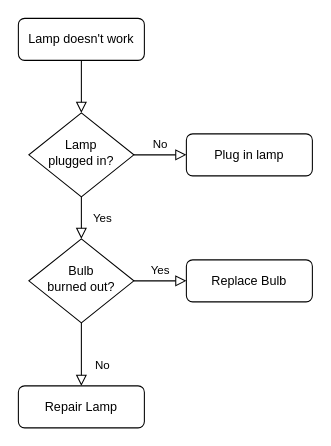
The draw.io diagram zxfuml/测试.drawio in ckjah/ZXFUML, before the edit. Source tidied: cells renumbered, new cells numbered last; positions are measured from the earlier drawing's top-left corner, leaving out a move shared by most shapes. Both pictures are drawn from the tidied source at 105%, with x=0, y=0 at pixel (18, 18).
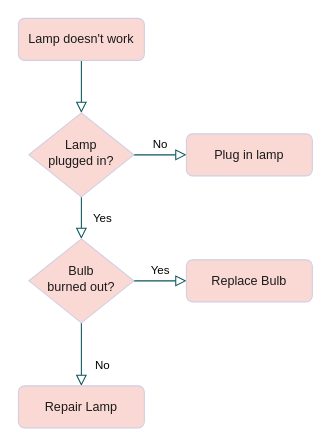
The same diagram, later.

Change to the diagram source:
```diff
@@
 <mxGraphModel>
   <root>
     <mxCell id="0" />
     <mxCell id="1" parent="0" />
-    <mxCell id="2" style="rounded=0;html=1;jettySize=auto;fontSize=11;endArrow=block;endFill=0;endSize=8;strokeWidth=1;shadow=0;labelBackgroundColor=none;edgeStyle=orthogonalEdgeStyle;" parent="1" edge="1" source="3" target="6">
+    <mxCell id="2" style="rounded=0;html=1;jettySize=auto;fontSize=11;endArrow=block;endFill=0;endSize=8;strokeWidth=1;shadow=0;labelBackgroundColor=none;edgeStyle=orthogonalEdgeStyle;strokeColor=#09555B;fontColor=default;" parent="1" edge="1" source="3" target="6">
       <mxGeometry relative="1" as="geometry" />
     </mxCell>
-    <mxCell id="3" value="Lamp doesn't work" style="rounded=1;whiteSpace=wrap;html=1;fontSize=12;glass=0;strokeWidth=1;shadow=0;" parent="1" vertex="1">
+    <mxCell id="3" value="Lamp doesn't work" style="rounded=1;whiteSpace=wrap;html=1;fontSize=12;glass=0;strokeWidth=1;shadow=0;labelBackgroundColor=none;fillColor=#FAD9D5;strokeColor=#D0CEE2;fontColor=#1A1A1A;" parent="1" vertex="1">
       <mxGeometry width="120" height="40" as="geometry" />
     </mxCell>
-    <mxCell id="4" value="Yes" style="rounded=0;html=1;jettySize=auto;fontSize=11;endArrow=block;endFill=0;endSize=8;strokeWidth=1;shadow=0;labelBackgroundColor=none;edgeStyle=orthogonalEdgeStyle;" parent="1" edge="1" source="6" target="10">
+    <mxCell id="4" value="Yes" style="rounded=0;html=1;jettySize=auto;fontSize=11;endArrow=block;endFill=0;endSize=8;strokeWidth=1;shadow=0;labelBackgroundColor=none;edgeStyle=orthogonalEdgeStyle;strokeColor=#09555B;fontColor=default;" parent="1" edge="1" source="6" target="10">
       <mxGeometry y="20" relative="1" as="geometry" />
     </mxCell>
-    <mxCell id="5" value="No" style="edgeStyle=orthogonalEdgeStyle;rounded=0;html=1;jettySize=auto;fontSize=11;endArrow=block;endFill=0;endSize=8;strokeWidth=1;shadow=0;labelBackgroundColor=none;" parent="1" edge="1" source="6" target="7">
+    <mxCell id="5" value="No" style="edgeStyle=orthogonalEdgeStyle;rounded=0;html=1;jettySize=auto;fontSize=11;endArrow=block;endFill=0;endSize=8;strokeWidth=1;shadow=0;labelBackgroundColor=none;strokeColor=#09555B;fontColor=default;" parent="1" edge="1" source="6" target="7">
       <mxGeometry y="10" relative="1" as="geometry" />
     </mxCell>
-    <mxCell id="6" value="Lamp&lt;br&gt;plugged in?" style="rhombus;whiteSpace=wrap;html=1;shadow=0;fontFamily=Helvetica;fontSize=12;align=center;strokeWidth=1;spacing=6;spacingTop=-4;" parent="1" vertex="1">
+    <mxCell id="6" value="Lamp&lt;br&gt;plugged in?" style="rhombus;whiteSpace=wrap;html=1;shadow=0;fontFamily=Helvetica;fontSize=12;align=center;strokeWidth=1;spacing=6;spacingTop=-4;labelBackgroundColor=none;fillColor=#FAD9D5;strokeColor=#D0CEE2;fontColor=#1A1A1A;" parent="1" vertex="1">
       <mxGeometry x="10" y="90" width="100" height="80" as="geometry" />
     </mxCell>
-    <mxCell id="7" value="Plug in lamp" style="rounded=1;whiteSpace=wrap;html=1;fontSize=12;glass=0;strokeWidth=1;shadow=0;" parent="1" vertex="1">
+    <mxCell id="7" value="Plug in lamp" style="rounded=1;whiteSpace=wrap;html=1;fontSize=12;glass=0;strokeWidth=1;shadow=0;labelBackgroundColor=none;fillColor=#FAD9D5;strokeColor=#D0CEE2;fontColor=#1A1A1A;" parent="1" vertex="1">
       <mxGeometry x="160" y="110" width="120" height="40" as="geometry" />
     </mxCell>
-    <mxCell id="8" value="No" style="rounded=0;html=1;jettySize=auto;fontSize=11;endArrow=block;endFill=0;endSize=8;strokeWidth=1;shadow=0;labelBackgroundColor=none;edgeStyle=orthogonalEdgeStyle;" parent="1" edge="1" source="10" target="11">
+    <mxCell id="8" value="No" style="rounded=0;html=1;jettySize=auto;fontSize=11;endArrow=block;endFill=0;endSize=8;strokeWidth=1;shadow=0;labelBackgroundColor=none;edgeStyle=orthogonalEdgeStyle;strokeColor=#09555B;fontColor=default;" parent="1" edge="1" source="10" target="11">
       <mxGeometry x="0.33" y="20" relative="1" as="geometry" />
     </mxCell>
-    <mxCell id="9" value="Yes" style="edgeStyle=orthogonalEdgeStyle;rounded=0;html=1;jettySize=auto;fontSize=11;endArrow=block;endFill=0;endSize=8;strokeWidth=1;shadow=0;labelBackgroundColor=none;" parent="1" edge="1" source="10" target="12">
+    <mxCell id="9" value="Yes" style="edgeStyle=orthogonalEdgeStyle;rounded=0;html=1;jettySize=auto;fontSize=11;endArrow=block;endFill=0;endSize=8;strokeWidth=1;shadow=0;labelBackgroundColor=none;strokeColor=#09555B;fontColor=default;" parent="1" edge="1" source="10" target="12">
       <mxGeometry y="10" relative="1" as="geometry" />
     </mxCell>
-    <mxCell id="10" value="Bulb&lt;br&gt;burned out?" style="rhombus;whiteSpace=wrap;html=1;shadow=0;fontFamily=Helvetica;fontSize=12;align=center;strokeWidth=1;spacing=6;spacingTop=-4;" parent="1" vertex="1">
+    <mxCell id="10" value="Bulb&lt;br&gt;burned out?" style="rhombus;whiteSpace=wrap;html=1;shadow=0;fontFamily=Helvetica;fontSize=12;align=center;strokeWidth=1;spacing=6;spacingTop=-4;labelBackgroundColor=none;fillColor=#FAD9D5;strokeColor=#D0CEE2;fontColor=#1A1A1A;" parent="1" vertex="1">
       <mxGeometry x="10" y="210" width="100" height="80" as="geometry" />
     </mxCell>
-    <mxCell id="11" value="Repair Lamp" style="rounded=1;whiteSpace=wrap;html=1;fontSize=12;glass=0;strokeWidth=1;shadow=0;" parent="1" vertex="1">
+    <mxCell id="11" value="Repair Lamp" style="rounded=1;whiteSpace=wrap;html=1;fontSize=12;glass=0;strokeWidth=1;shadow=0;labelBackgroundColor=none;fillColor=#FAD9D5;strokeColor=#D0CEE2;fontColor=#1A1A1A;" parent="1" vertex="1">
       <mxGeometry y="350" width="120" height="40" as="geometry" />
     </mxCell>
-    <mxCell id="12" value="Replace Bulb" style="rounded=1;whiteSpace=wrap;html=1;fontSize=12;glass=0;strokeWidth=1;shadow=0;" parent="1" vertex="1">
+    <mxCell id="12" value="Replace Bulb" style="rounded=1;whiteSpace=wrap;html=1;fontSize=12;glass=0;strokeWidth=1;shadow=0;labelBackgroundColor=none;fillColor=#FAD9D5;strokeColor=#D0CEE2;fontColor=#1A1A1A;" parent="1" vertex="1">
       <mxGeometry x="160" y="230" width="120" height="40" as="geometry" />
     </mxCell>
   </root>
 </mxGraphModel>
```
